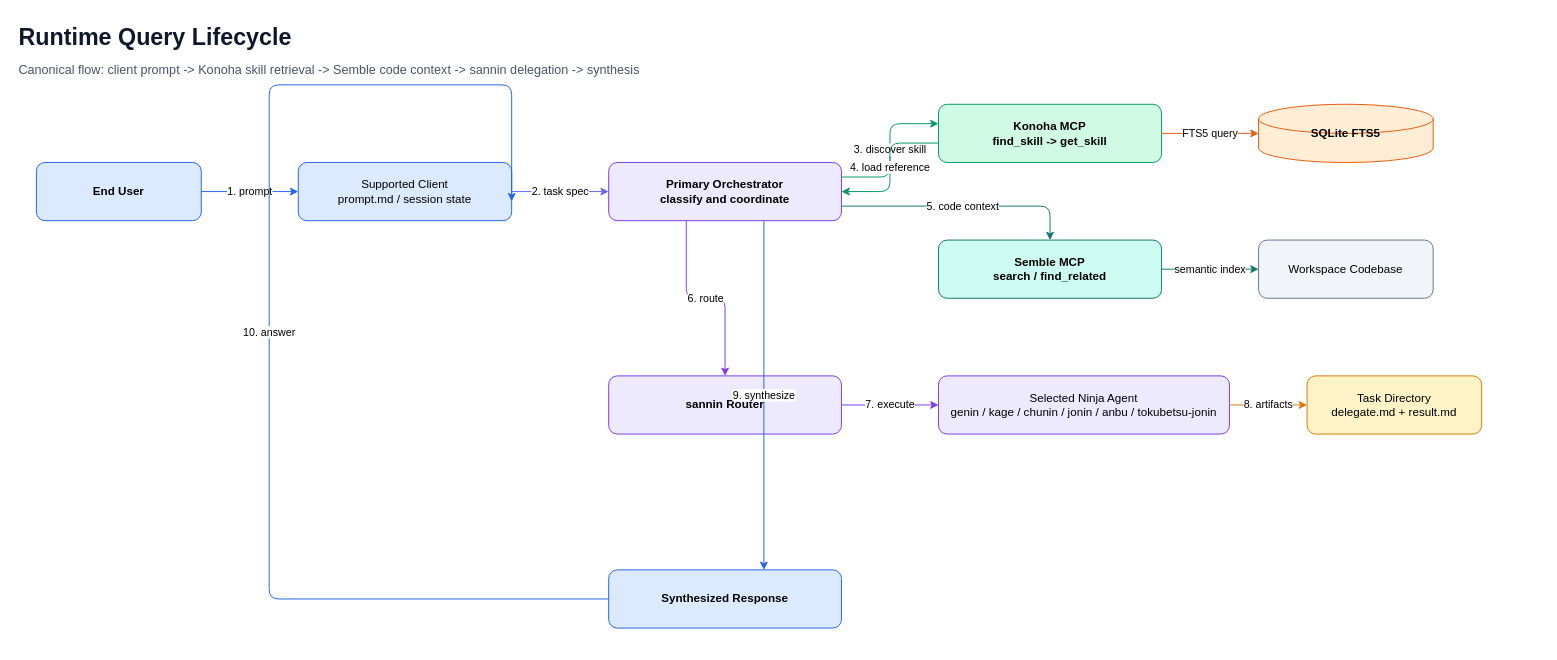
This is page "02 Runtime Query Lifecycle" (2 of 8) of docs/diagrams/konoha-architecture.drawio from andycungkrinx91/konoha, a draw.io file, before an edit. Source tidied: cells renumbered, new cells numbered last; positions are measured from the earlier drawing's top-left corner, leaving out a move shared by most shapes. Both pictures are drawn from the tidied source at 97%, with x=0, y=0 at pixel (16, 16).
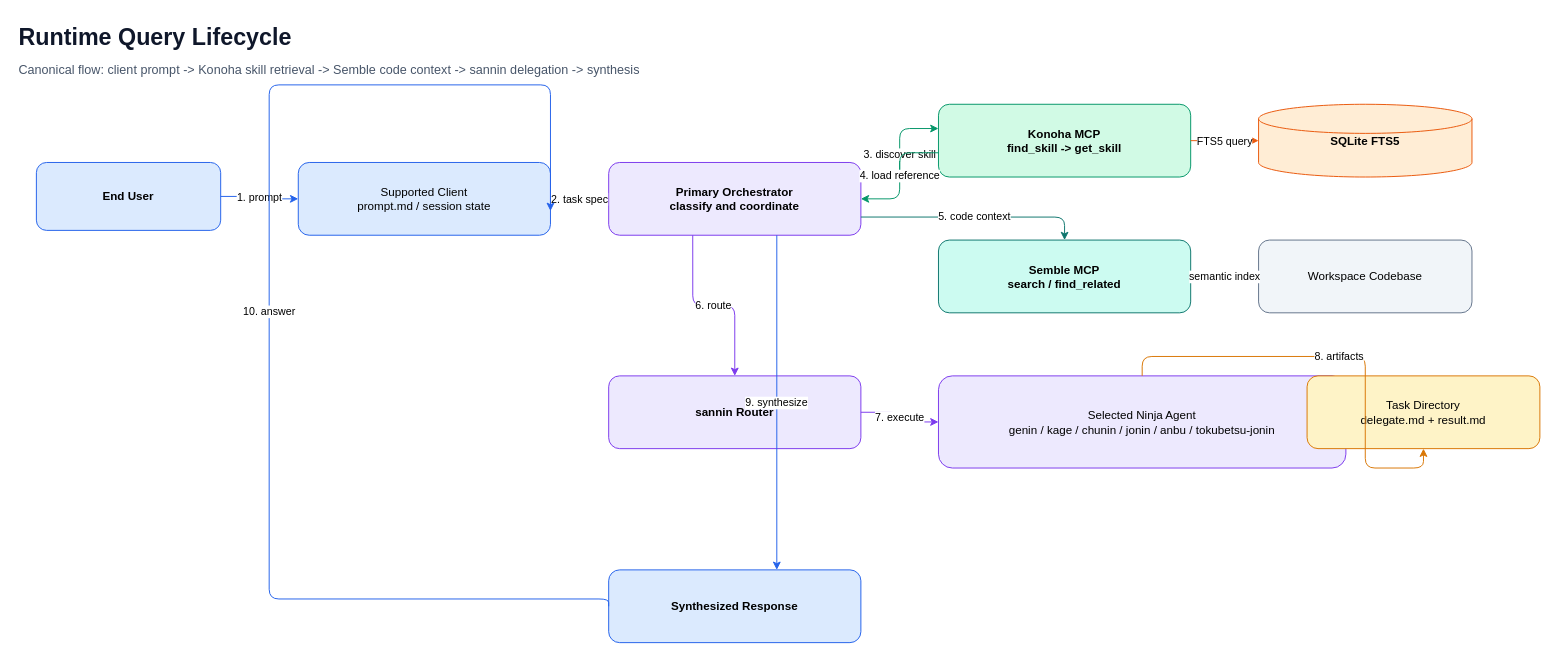
The same page after the edit.

Change to the diagram source:
```diff
@@
-    <mxCell id="3" value="Canonical flow: client prompt -&gt; Konoha skill retrieval -&gt; Semble code context -&gt; sannin delegation -&gt; synthesis" style="text;html=1;strokeColor=none;fillColor=none;fontColor=#475569;fontSize=13;align=left;" parent="1" vertex="1">
-      <mxGeometry y="40" width="1100" height="30" as="geometry" />
+    <mxCell id="3" value="Canonical flow: client prompt -&gt; Konoha skill retrieval -&gt; Semble code context -&gt; sannin delegation -&gt; synthesis" style="text;html=1;strokeColor=none;fillColor=none;fontColor=#475569;fontSize=13;align=left;overflow=visible;" parent="1" vertex="1">
+      <mxGeometry y="40" width="1100" height="45" as="geometry" />
     </mxCell>
-    <mxCell id="4" value="End User" style="rounded=1;html=1;whiteSpace=wrap;fillColor=#dbeafe;strokeColor=#2563eb;fontStyle=1;" parent="1" vertex="1">
-      <mxGeometry x="20" y="150" width="170" height="60" as="geometry" />
+    <mxCell id="4" value="End User" style="rounded=1;html=1;whiteSpace=wrap;fillColor=#dbeafe;strokeColor=#2563eb;fontStyle=1;overflow=visible;" parent="1" vertex="1">
+      <mxGeometry x="20" y="150" width="190" height="70" as="geometry" />
     </mxCell>
-    <mxCell id="5" value="Supported Client&#10;prompt.md / session state" style="rounded=1;html=1;whiteSpace=wrap;fillColor=#dbeafe;strokeColor=#2563eb;" parent="1" vertex="1">
-      <mxGeometry x="290" y="150" width="220" height="60" as="geometry" />
+    <mxCell id="5" value="Supported Client&#10;prompt.md / session state" style="rounded=1;html=1;whiteSpace=wrap;fillColor=#dbeafe;strokeColor=#2563eb;overflow=visible;" parent="1" vertex="1">
+      <mxGeometry x="290" y="150" width="260" height="75" as="geometry" />
     </mxCell>
-    <mxCell id="6" value="Primary Orchestrator&#10;classify and coordinate" style="rounded=1;html=1;whiteSpace=wrap;fillColor=#ede9fe;strokeColor=#7c3aed;fontStyle=1;" parent="1" vertex="1">
-      <mxGeometry x="610" y="150" width="240" height="60" as="geometry" />
+    <mxCell id="6" value="Primary Orchestrator&#10;classify and coordinate" style="rounded=1;html=1;whiteSpace=wrap;fillColor=#ede9fe;strokeColor=#7c3aed;fontStyle=1;overflow=visible;" parent="1" vertex="1">
+      <mxGeometry x="610" y="150" width="260" height="75" as="geometry" />
     </mxCell>
-    <mxCell id="7" value="Konoha MCP&#10;find_skill -&gt; get_skill" style="rounded=1;html=1;whiteSpace=wrap;fillColor=#d1fae5;strokeColor=#059669;fontStyle=1;" parent="1" vertex="1">
-      <mxGeometry x="950" y="90" width="230" height="60" as="geometry" />
+    <mxCell id="7" value="Konoha MCP&#10;find_skill -&gt; get_skill" style="rounded=1;html=1;whiteSpace=wrap;fillColor=#d1fae5;strokeColor=#059669;fontStyle=1;overflow=visible;" parent="1" vertex="1">
+      <mxGeometry x="950" y="90" width="260" height="75" as="geometry" />
     </mxCell>
-    <mxCell id="8" value="SQLite FTS5" style="shape=cylinder3;html=1;whiteSpace=wrap;fillColor=#ffedd5;strokeColor=#ea580c;fontStyle=1;" parent="1" vertex="1">
-      <mxGeometry x="1280" y="90" width="180" height="60" as="geometry" />
+    <mxCell id="8" value="SQLite FTS5" style="shape=cylinder3;html=1;whiteSpace=wrap;fillColor=#ffedd5;strokeColor=#ea580c;fontStyle=1;overflow=visible;" parent="1" vertex="1">
+      <mxGeometry x="1280" y="90" width="220" height="75" as="geometry" />
     </mxCell>
-    <mxCell id="9" value="Semble MCP&#10;search / find_related" style="rounded=1;html=1;whiteSpace=wrap;fillColor=#ccfbf1;strokeColor=#0f766e;fontStyle=1;" parent="1" vertex="1">
-      <mxGeometry x="950" y="230" width="230" height="60" as="geometry" />
+    <mxCell id="9" value="Semble MCP&#10;search / find_related" style="rounded=1;html=1;whiteSpace=wrap;fillColor=#ccfbf1;strokeColor=#0f766e;fontStyle=1;overflow=visible;" parent="1" vertex="1">
+      <mxGeometry x="950" y="230" width="260" height="75" as="geometry" />
     </mxCell>
-    <mxCell id="10" value="Workspace Codebase" style="rounded=1;html=1;whiteSpace=wrap;fillColor=#f1f5f9;strokeColor=#64748b;" parent="1" vertex="1">
-      <mxGeometry x="1280" y="230" width="180" height="60" as="geometry" />
+    <mxCell id="10" value="Workspace Codebase" style="rounded=1;html=1;whiteSpace=wrap;fillColor=#f1f5f9;strokeColor=#64748b;overflow=visible;" parent="1" vertex="1">
+      <mxGeometry x="1280" y="230" width="220" height="75" as="geometry" />
     </mxCell>
-    <mxCell id="11" value="sannin Router" style="rounded=1;html=1;whiteSpace=wrap;fillColor=#ede9fe;strokeColor=#7c3aed;fontStyle=1;" parent="1" vertex="1">
-      <mxGeometry x="610" y="370" width="240" height="60" as="geometry" />
+    <mxCell id="11" value="sannin Router" style="rounded=1;html=1;whiteSpace=wrap;fillColor=#ede9fe;strokeColor=#7c3aed;fontStyle=1;overflow=visible;" parent="1" vertex="1">
+      <mxGeometry x="610" y="370" width="260" height="75" as="geometry" />
     </mxCell>
-    <mxCell id="12" value="Selected Ninja Agent&#10;genin / kage / chunin / jonin / anbu / tokubetsu-jonin" style="rounded=1;html=1;whiteSpace=wrap;fillColor=#ede9fe;strokeColor=#7c3aed;" parent="1" vertex="1">
-      <mxGeometry x="950" y="370" width="300" height="60" as="geometry" />
+    <mxCell id="12" value="Selected Ninja Agent&#10;genin / kage / chunin / jonin / anbu / tokubetsu-jonin" style="rounded=1;html=1;whiteSpace=wrap;fillColor=#ede9fe;strokeColor=#7c3aed;overflow=visible;" parent="1" vertex="1">
+      <mxGeometry x="950" y="370" width="420" height="95" as="geometry" />
     </mxCell>
-    <mxCell id="13" value="Task Directory&#10;delegate.md + result.md" style="rounded=1;html=1;whiteSpace=wrap;fillColor=#fef3c7;strokeColor=#d97706;" parent="1" vertex="1">
-      <mxGeometry x="1330" y="370" width="180" height="60" as="geometry" />
+    <mxCell id="13" value="Task Directory&#10;delegate.md + result.md" style="rounded=1;html=1;whiteSpace=wrap;fillColor=#fef3c7;strokeColor=#d97706;overflow=visible;" parent="1" vertex="1">
+      <mxGeometry x="1330" y="370" width="240" height="75" as="geometry" />
     </mxCell>
-    <mxCell id="14" value="Synthesized Response" style="rounded=1;html=1;whiteSpace=wrap;fillColor=#dbeafe;strokeColor=#2563eb;fontStyle=1;" parent="1" vertex="1">
-      <mxGeometry x="610" y="570" width="240" height="60" as="geometry" />
+    <mxCell id="14" value="Synthesized Response" style="rounded=1;html=1;whiteSpace=wrap;fillColor=#dbeafe;strokeColor=#2563eb;fontStyle=1;overflow=visible;" parent="1" vertex="1">
+      <mxGeometry x="610" y="570" width="260" height="75" as="geometry" />
     </mxCell>
```
